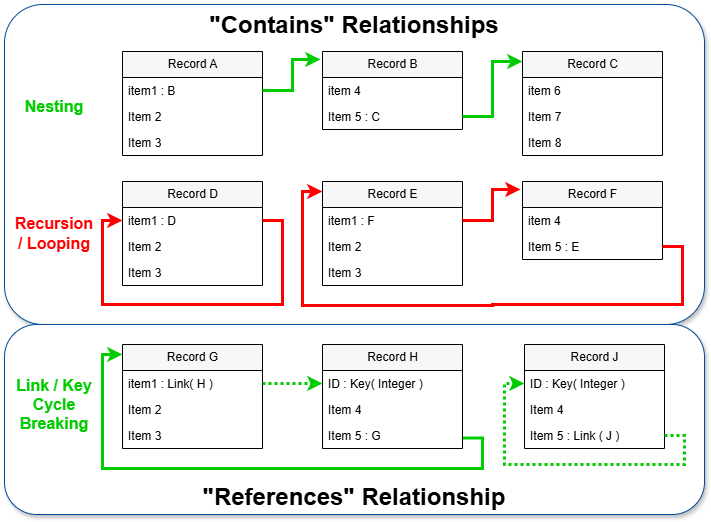
Earlier version of the draw.io export images/JADN-contains-references.drawio.png (oasis-tcs/openc2-jadn-im). Source tidied: cells renumbered, new cells last; positions are measured from the earlier drawing's top-left corner, leaving out a move shared by most shapes.
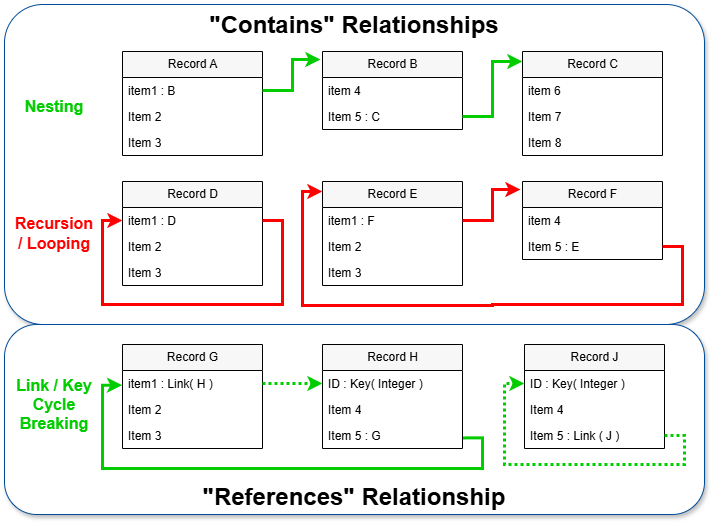
The same file after the commit.

Commit message:
update contains / references figure

Change to the diagram source:
```diff
@@ -127,13 +127,14 @@
     <mxCell id="38" style="edgeStyle=orthogonalEdgeStyle;rounded=0;jettySize=auto;html=1;exitX=1;exitY=0.5;exitDx=0;exitDy=0;entryX=0;entryY=0.5;entryDx=0;entryDy=0;dashed=1;strokeWidth=3;strokeColor=#00CC00;dashPattern=1 1;" parent="4" edge="1" source="35" target="41">
       <mxGeometry relative="1" as="geometry" />
     </mxCell>
-    <mxCell id="39" style="edgeStyle=orthogonalEdgeStyle;rounded=0;jettySize=auto;html=1;exitX=1.003;exitY=0.594;exitDx=0;exitDy=0;entryX=0;entryY=0.096;entryDx=0;entryDy=0;entryPerimeter=0;exitPerimeter=0;strokeWidth=3;strokeColor=#00CC00;" parent="4" edge="1" source="43" target="34">
+    <mxCell id="39" style="edgeStyle=orthogonalEdgeStyle;rounded=0;jettySize=auto;html=1;exitX=1.003;exitY=0.594;exitDx=0;exitDy=0;entryX=-0.002;entryY=0.565;entryDx=0;entryDy=0;entryPerimeter=0;exitPerimeter=0;strokeWidth=3;strokeColor=#00CC00;" parent="4" edge="1" source="43" target="35">
       <mxGeometry relative="1" as="geometry">
         <Array as="points">
           <mxPoint x="478" y="433" />
           <mxPoint x="478" y="464" />
           <mxPoint x="98" y="464" />
-          <mxPoint x="98" y="350" />
+          <mxPoint x="98" y="380" />
+          <mxPoint x="118" y="380" />
         </Array>
       </mxGeometry>
     </mxCell>
```
